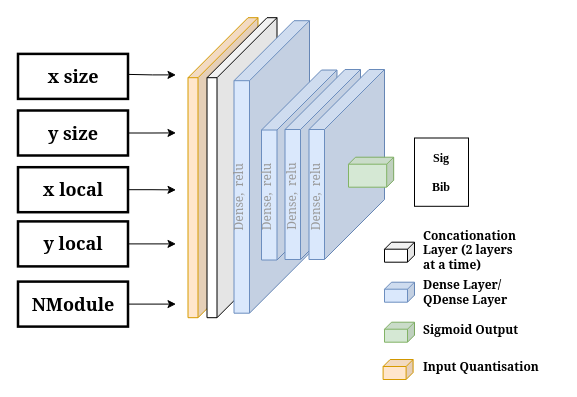
Before: paperPlots/EricPlots/Model1.drawio in elizahoward/Muon_Collider_Smart_Pixels, a draw.io diagram. Source tidied: cells renumbered, new cells numbered last; positions are measured from the earlier drawing's top-left corner, leaving out a move shared by most shapes. Both pictures are drawn from the tidied source at 100%, with x=0, y=0 at pixel (18, 17).
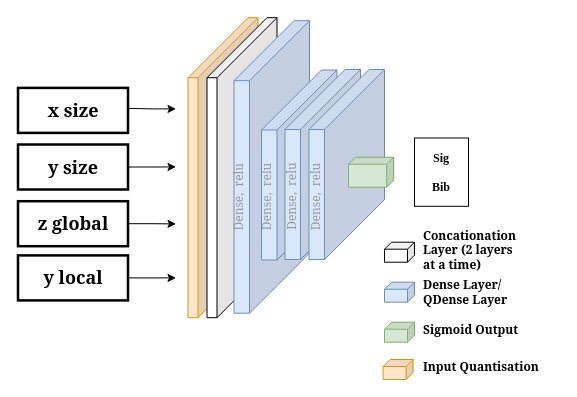
The same page after the edit.

The edit, as a diff of the source:
```diff
@@
     <mxCell id="3" style="edgeStyle=orthogonalEdgeStyle;rounded=0;orthogonalLoop=1;jettySize=auto;html=1;" parent="1" edge="1">
       <mxGeometry relative="1" as="geometry">
-        <mxPoint x="109.5" y="56.9" as="sourcePoint" />
-        <mxPoint x="157.5" y="57.4" as="targetPoint" />
+        <mxPoint x="109.5" y="90.9" as="sourcePoint" />
+        <mxPoint x="157.5" y="91.4" as="targetPoint" />
       </mxGeometry>
     </mxCell>
     <mxCell id="4" value="&lt;b style=&quot;font-family: Georgia; font-size: 18px; text-wrap-mode: nowrap;&quot;&gt;x size&lt;/b&gt;" style="rounded=0;whiteSpace=wrap;html=1;strokeWidth=2.5;" parent="1" vertex="1">
-      <mxGeometry x="-0.5" y="36.4" width="110" height="45" as="geometry" />
+      <mxGeometry x="-0.5" y="70.4" width="110" height="45" as="geometry" />
     </mxCell>
     <mxCell id="5" style="edgeStyle=orthogonalEdgeStyle;rounded=0;jettySize=auto;html=1;" parent="1" edge="1" source="6">
       <mxGeometry relative="1" as="geometry">
-        <mxPoint x="157.5" y="172.4" as="targetPoint" />
+        <mxPoint x="157.5" y="206.4" as="targetPoint" />
       </mxGeometry>
     </mxCell>
-    <mxCell id="6" value="&lt;font face=&quot;Georgia&quot;&gt;&lt;span style=&quot;font-size: 18px; text-wrap-mode: nowrap;&quot;&gt;&lt;b&gt;x local&lt;/b&gt;&lt;/span&gt;&lt;/font&gt;" style="rounded=0;whiteSpace=wrap;html=1;strokeWidth=2.5;" parent="1" vertex="1">
-      <mxGeometry x="-0.5" y="149.7" width="110" height="45" as="geometry" />
+    <mxCell id="6" value="&lt;font face=&quot;Georgia&quot;&gt;&lt;span style=&quot;font-size: 18px; text-wrap-mode: nowrap;&quot;&gt;&lt;b&gt;z global&lt;/b&gt;&lt;/span&gt;&lt;/font&gt;" style="rounded=0;whiteSpace=wrap;html=1;strokeWidth=2.5;" parent="1" vertex="1">
+      <mxGeometry x="-0.5" y="183.7" width="110" height="45" as="geometry" />
     </mxCell>
     <mxCell id="7" style="edgeStyle=orthogonalEdgeStyle;rounded=0;jettySize=auto;html=1;" parent="1" edge="1" source="8">
       <mxGeometry relative="1" as="geometry">
-        <mxPoint x="157.5" y="226.4" as="targetPoint" />
+        <mxPoint x="157.5" y="260.4" as="targetPoint" />
       </mxGeometry>
     </mxCell>
     <mxCell id="8" value="&lt;font face=&quot;Georgia&quot;&gt;&lt;span style=&quot;font-size: 18px; text-wrap-mode: nowrap;&quot;&gt;&lt;b&gt;y local&lt;/b&gt;&lt;/span&gt;&lt;/font&gt;" style="rounded=0;whiteSpace=wrap;html=1;strokeWidth=2.5;" parent="1" vertex="1">
-      <mxGeometry x="-0.5" y="203.9" width="110" height="45" as="geometry" />
+      <mxGeometry x="-0.5" y="237.9" width="110" height="45" as="geometry" />
     </mxCell>
     <mxCell id="9" style="edgeStyle=orthogonalEdgeStyle;rounded=0;jettySize=auto;html=1;" parent="1" edge="1" source="10">
       <mxGeometry relative="1" as="geometry">
-        <mxPoint x="157.5" y="115.4" as="targetPoint" />
+        <mxPoint x="157.5" y="149.4" as="targetPoint" />
       </mxGeometry>
     </mxCell>
     <mxCell id="10" value="&lt;b style=&quot;font-family: Georgia; font-size: 18px; text-wrap-mode: nowrap;&quot;&gt;y&lt;/b&gt;&lt;b style=&quot;background-color: transparent; color: light-dark(rgb(0, 0, 0), rgb(255, 255, 255)); text-wrap-mode: nowrap; font-family: Georgia; font-size: 18px;&quot;&gt;&amp;nbsp;size&lt;/b&gt;" style="rounded=0;whiteSpace=wrap;html=1;strokeWidth=2.5;" parent="1" vertex="1">
-      <mxGeometry x="-0.5" y="93" width="110" height="45" as="geometry" />
+      <mxGeometry x="-0.5" y="127" width="110" height="45" as="geometry" />
     </mxCell>
-    <mxCell id="11" style="edgeStyle=orthogonalEdgeStyle;rounded=0;jettySize=auto;html=1;" parent="1" edge="1" source="12">
-      <mxGeometry relative="1" as="geometry">
-        <mxPoint x="157.5" y="286.6" as="targetPoint" />
-      </mxGeometry>
-    </mxCell>
-    <mxCell id="12" value="&lt;font face=&quot;Georgia&quot;&gt;&lt;span style=&quot;font-size: 18px; text-wrap-mode: nowrap;&quot;&gt;&lt;b&gt;NModule&lt;/b&gt;&lt;/span&gt;&lt;/font&gt;" style="rounded=0;whiteSpace=wrap;html=1;strokeWidth=2.5;" parent="1" vertex="1">
-      <mxGeometry x="-0.5" y="264.1" width="110" height="45" as="geometry" />
-    </mxCell>
```
